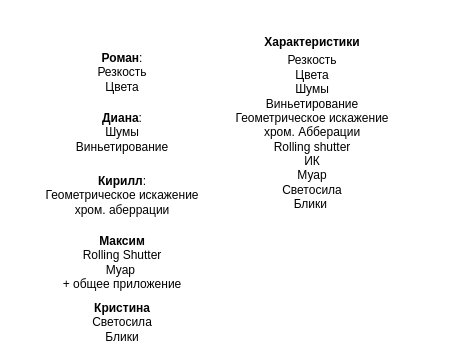
Before: Общая доска.drawio in Learn0HTMLJS/Camera_tester_group1, a draw.io diagram. Source tidied: cells renumbered, new cells numbered last; positions are measured from the earlier drawing's top-left corner, leaving out a move shared by most shapes. Both pictures are drawn from the tidied source at 100%, with x=0, y=0 at pixel (17, 17).
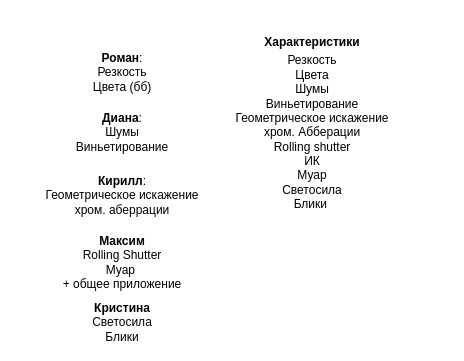
The same diagram, later.

Change to the diagram source:
```diff
@@
 <mxGraphModel>
   <root>
     <mxCell id="0" />
     <mxCell id="1" parent="0" />
     <mxCell id="2" value="&lt;b&gt;Характеристики&lt;/b&gt;" style="text;html=1;align=center;verticalAlign=middle;whiteSpace=wrap;rounded=0;" parent="1" vertex="1">
       <mxGeometry x="235" y="10" width="120" height="30" as="geometry" />
     </mxCell>
     <mxCell id="3" value="Резкость&lt;div&gt;Цвета&lt;/div&gt;&lt;div&gt;Шумы&lt;/div&gt;&lt;div&gt;Виньетирование&lt;/div&gt;&lt;div&gt;Геометрическое искажение&lt;/div&gt;&lt;div&gt;хром. Абберации&lt;/div&gt;&lt;div&gt;Rolling shutter&lt;/div&gt;&lt;div&gt;ИК&lt;/div&gt;&lt;div&gt;Муар&lt;/div&gt;&lt;div&gt;Светосила&lt;/div&gt;&lt;div&gt;Блики&amp;nbsp;&lt;/div&gt;" style="text;html=1;align=center;verticalAlign=middle;whiteSpace=wrap;rounded=0;" parent="1" vertex="1">
       <mxGeometry x="160" width="270" height="230" as="geometry" />
     </mxCell>
-    <mxCell id="4" value="&lt;b&gt;Роман&lt;/b&gt;:&lt;div&gt;Резкость&lt;/div&gt;&lt;div&gt;Цвета&lt;/div&gt;" style="text;html=1;align=center;verticalAlign=middle;whiteSpace=wrap;rounded=0;" parent="1" vertex="1">
-      <mxGeometry x="75" y="40" width="60" height="30" as="geometry" />
+    <mxCell id="4" value="&lt;b&gt;Роман&lt;/b&gt;:&lt;div&gt;Резкость&lt;/div&gt;&lt;div&gt;Цвета (бб)&lt;/div&gt;" style="text;html=1;align=center;verticalAlign=middle;whiteSpace=wrap;rounded=0;" parent="1" vertex="1">
+      <mxGeometry x="55" y="40" width="100" height="30" as="geometry" />
     </mxCell>
     <mxCell id="5" value="&lt;b&gt;Диана&lt;/b&gt;:&lt;div&gt;Шумы&lt;/div&gt;&lt;div&gt;Виньетирование&lt;/div&gt;" style="text;html=1;align=center;verticalAlign=middle;whiteSpace=wrap;rounded=0;" parent="1" vertex="1">
       <mxGeometry x="75" y="100" width="60" height="30" as="geometry" />
     </mxCell>
     <mxCell id="6" value="&lt;b&gt;Кирилл&lt;/b&gt;:&lt;div&gt;Геометрическое искажение&lt;/div&gt;&lt;div&gt;хром. аберрации&lt;/div&gt;&lt;div&gt;&lt;br&gt;&lt;/div&gt;" style="text;html=1;align=center;verticalAlign=middle;whiteSpace=wrap;rounded=0;" parent="1" vertex="1">
       <mxGeometry x="15" y="140" width="180" height="90" as="geometry" />
     </mxCell>
     <mxCell id="7" value="&lt;b&gt;Максим&lt;/b&gt;&lt;div&gt;Rolling Shutter&lt;/div&gt;&lt;div&gt;Муар&amp;nbsp;&lt;/div&gt;&lt;div&gt;+ общее приложение&lt;/div&gt;" style="text;html=1;align=center;verticalAlign=middle;whiteSpace=wrap;rounded=0;" parent="1" vertex="1">
       <mxGeometry y="230" width="210" height="30" as="geometry" />
     </mxCell>
     <mxCell id="8" value="&lt;b&gt;Кристина&lt;/b&gt;&lt;div&gt;Светосила&lt;/div&gt;&lt;div&gt;Блики&lt;/div&gt;" style="text;html=1;align=center;verticalAlign=middle;whiteSpace=wrap;rounded=0;" parent="1" vertex="1">
       <mxGeometry x="75" y="290" width="60" height="30" as="geometry" />
     </mxCell>
   </root>
 </mxGraphModel>
```
